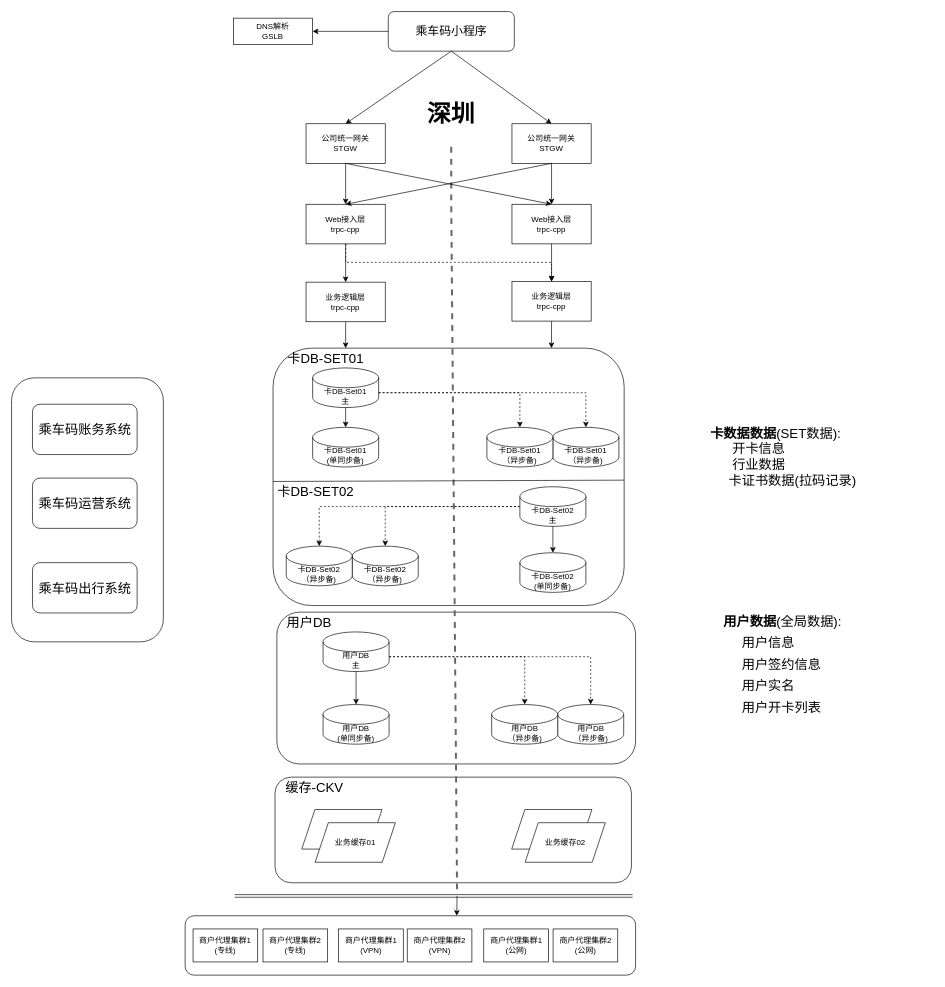
Before: page "部署图(同城双活)" (4 of 7) of drawio/ccm.drawio in Tiny-VS-Lina/study, a draw.io diagram. Source tidied: cells renumbered, new cells numbered last; positions are measured from the earlier drawing's top-left corner, leaving out a move shared by most shapes. Both pictures are drawn from the tidied source at 66%, with x=0, y=0 at pixel (11, 11).
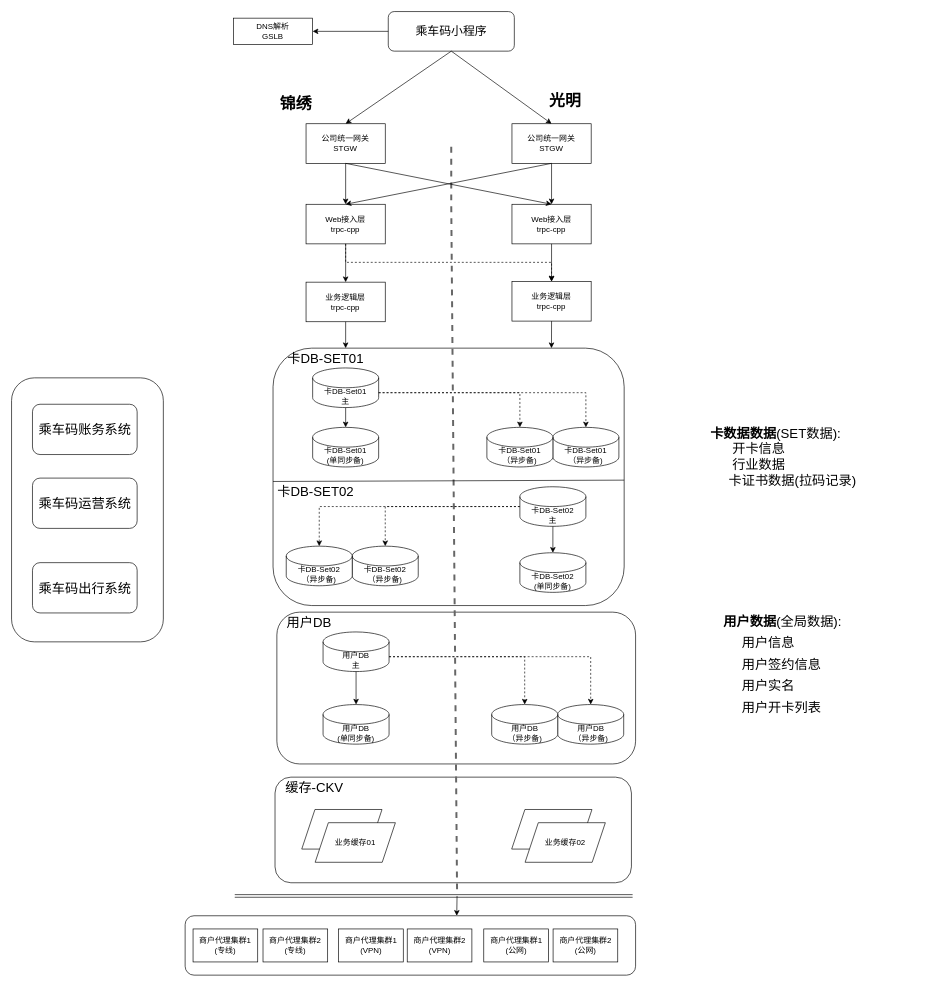
After the change.

Diff of the diagram source:
```diff
@@
-    <mxCell id="25" value="深圳" style="text;html=1;strokeColor=none;fillColor=none;align=center;verticalAlign=middle;whiteSpace=wrap;rounded=0;fontSize=36;fontColor=#000000;fontStyle=1;" parent="1" vertex="1">
-      <mxGeometry x="566.2" y="140" width="200" height="30" as="geometry" />
+    <mxCell id="25" value="&lt;font style=&quot;font-size: 24px;&quot;&gt;锦绣&lt;/font&gt;" style="text;html=1;strokeColor=none;fillColor=none;align=center;verticalAlign=middle;whiteSpace=wrap;rounded=0;fontSize=36;fontColor=#000000;fontStyle=1;" parent="1" vertex="1">
+      <mxGeometry x="399.2" y="120" width="63.8" height="30" as="geometry" />
     </mxCell>
@@
+    <mxCell id="75" value="光明" style="text;html=1;strokeColor=none;fillColor=none;align=center;verticalAlign=middle;whiteSpace=wrap;rounded=0;fontSize=24;fontColor=#000000;fontStyle=1;" parent="1" vertex="1">
+      <mxGeometry x="798.5" y="120" width="79.8" height="30" as="geometry" />
+    </mxCell>
```
